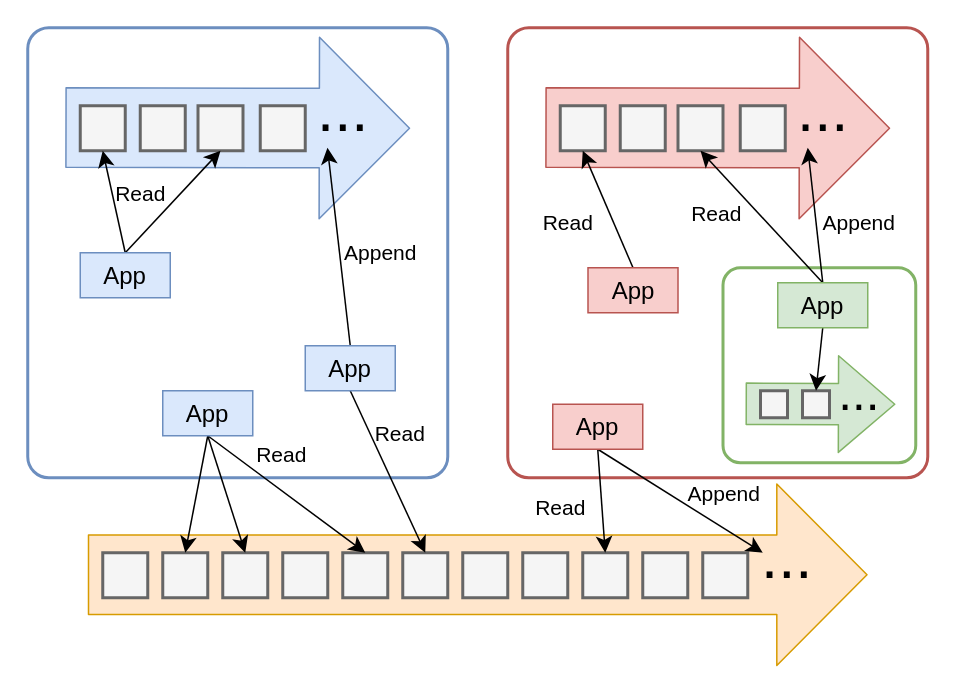
Above: docs/Abstraction.drawio in nathanieltornow/PMLog (draw.io), before the change. Source tidied: cells renumbered, new cells numbered last; positions are measured from the earlier drawing's top-left corner, leaving out a move shared by most shapes. Both pictures are drawn from the tidied source at 150%, with x=0, y=0 at pixel (27, 27).
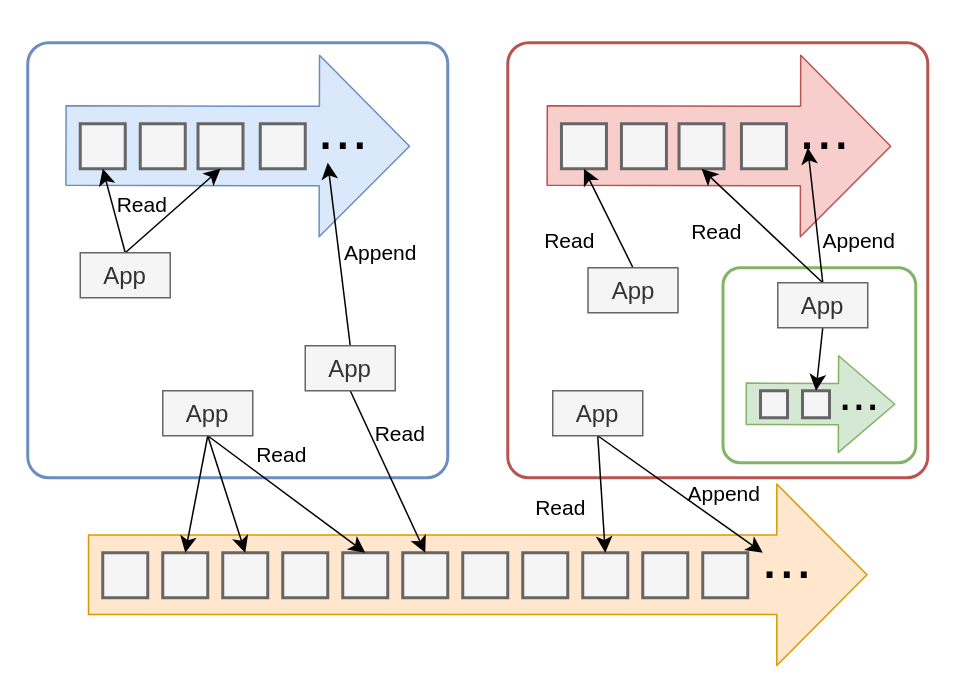
The same page after the edit.

What changed in the source:
```diff
@@
     <mxCell id="2" style="rounded=1;whiteSpace=wrap;html=1;hachureGap=4;strokeWidth=2;fillColor=none;strokeColor=#6c8ebf;arcSize=5;" parent="1" vertex="1">
-      <mxGeometry width="280" height="300" as="geometry" />
+      <mxGeometry y="10" width="280" height="290" as="geometry" />
     </mxCell>
     <mxCell id="3" style="shape=flexArrow;endArrow=classic;html=1;startSize=14;endSize=19.71;sourcePerimeterSpacing=8;targetPerimeterSpacing=8;endWidth=67;width=53;fillColor=#dae8fc;strokeColor=#6c8ebf;" parent="1" edge="1">
       <mxGeometry relative="1" as="geometry">
-        <mxPoint x="25" y="66.5" as="sourcePoint" />
-        <mxPoint x="255" y="67" as="targetPoint" />
+        <mxPoint x="25" y="78.5" as="sourcePoint" />
+        <mxPoint x="255" y="79" as="targetPoint" />
       </mxGeometry>
     </mxCell>
     <mxCell id="4" style="whiteSpace=wrap;html=1;hachureGap=4;strokeWidth=2;fillColor=#f5f5f5;strokeColor=#666666;fontColor=#333333;" parent="1" vertex="1">
-      <mxGeometry x="35" y="52" width="30" height="30" as="geometry" />
+      <mxGeometry x="35" y="64" width="30" height="30" as="geometry" />
     </mxCell>
     <mxCell id="5" style="whiteSpace=wrap;html=1;hachureGap=4;strokeWidth=2;fillColor=#f5f5f5;strokeColor=#666666;fontColor=#333333;" parent="1" vertex="1">
-      <mxGeometry x="75" y="52" width="30" height="30" as="geometry" />
+      <mxGeometry x="75" y="64" width="30" height="30" as="geometry" />
     </mxCell>
     <mxCell id="6" style="whiteSpace=wrap;html=1;hachureGap=4;strokeWidth=2;fillColor=#f5f5f5;strokeColor=#666666;fontColor=#333333;" parent="1" vertex="1">
-      <mxGeometry x="113.5" y="52" width="30" height="30" as="geometry" />
+      <mxGeometry x="113.5" y="64" width="30" height="30" as="geometry" />
     </mxCell>
     <mxCell id="7" style="whiteSpace=wrap;html=1;hachureGap=4;strokeWidth=2;fillColor=#f5f5f5;strokeColor=#666666;fontColor=#333333;" parent="1" vertex="1">
-      <mxGeometry x="155" y="52" width="30" height="30" as="geometry" />
+      <mxGeometry x="155" y="64" width="30" height="30" as="geometry" />
     </mxCell>
     <mxCell id="8" value="&lt;font style=&quot;font-size: 41px&quot;&gt;...&lt;/font&gt;" style="text;html=1;align=center;verticalAlign=middle;strokeColor=none;fillColor=none;" parent="1" vertex="1">
-      <mxGeometry x="185" y="40" width="50" height="30" as="geometry" />
+      <mxGeometry x="185" y="52" width="50" height="30" as="geometry" />
     </mxCell>
@@
-    <mxCell id="11" value="&lt;font style=&quot;font-size: 16px&quot;&gt;App&lt;/font&gt;" style="rounded=0;whiteSpace=wrap;html=1;hachureGap=4;strokeWidth=1;fillColor=#dae8fc;strokeColor=#6c8ebf;" parent="1" vertex="1">
+    <mxCell id="11" value="&lt;font style=&quot;font-size: 16px&quot;&gt;App&lt;/font&gt;" style="rounded=0;whiteSpace=wrap;html=1;hachureGap=4;strokeWidth=1;fillColor=#f5f5f5;strokeColor=#666666;fontColor=#333333;" parent="1" vertex="1">
       <mxGeometry x="35" y="150" width="60" height="30" as="geometry" />
     </mxCell>
     <mxCell id="12" style="shape=flexArrow;endArrow=classic;html=1;startSize=14;endSize=19.71;sourcePerimeterSpacing=8;targetPerimeterSpacing=8;endWidth=67;width=53;fillColor=#f8cecc;strokeColor=#b85450;" parent="1" edge="1">
       <mxGeometry relative="1" as="geometry">
-        <mxPoint x="345" y="66.5" as="sourcePoint" />
-        <mxPoint x="575" y="67" as="targetPoint" />
+        <mxPoint x="345.8" y="78.5" as="sourcePoint" />
+        <mxPoint x="575.8" y="79" as="targetPoint" />
       </mxGeometry>
     </mxCell>
     <mxCell id="13" style="whiteSpace=wrap;html=1;hachureGap=4;strokeWidth=2;fillColor=#f5f5f5;strokeColor=#666666;fontColor=#333333;" parent="1" vertex="1">
-      <mxGeometry x="355" y="52" width="30" height="30" as="geometry" />
+      <mxGeometry x="355.8" y="64" width="30" height="30" as="geometry" />
     </mxCell>
     <mxCell id="14" style="whiteSpace=wrap;html=1;hachureGap=4;strokeWidth=2;fillColor=#f5f5f5;strokeColor=#666666;fontColor=#333333;" parent="1" vertex="1">
-      <mxGeometry x="395" y="52" width="30" height="30" as="geometry" />
+      <mxGeometry x="395.8" y="64" width="30" height="30" as="geometry" />
     </mxCell>
     <mxCell id="15" style="whiteSpace=wrap;html=1;hachureGap=4;strokeWidth=2;fillColor=#f5f5f5;strokeColor=#666666;fontColor=#333333;" parent="1" vertex="1">
-      <mxGeometry x="433.5" y="52" width="30" height="30" as="geometry" />
+      <mxGeometry x="434.2" y="64" width="30" height="30" as="geometry" />
     </mxCell>
     <mxCell id="16" style="whiteSpace=wrap;html=1;hachureGap=4;strokeWidth=2;fillColor=#f5f5f5;strokeColor=#666666;fontColor=#333333;" parent="1" vertex="1">
-      <mxGeometry x="475" y="52" width="30" height="30" as="geometry" />
+      <mxGeometry x="475.8" y="64" width="30" height="30" as="geometry" />
     </mxCell>
     <mxCell id="17" value="&lt;font style=&quot;font-size: 41px&quot;&gt;...&lt;/font&gt;" style="text;html=1;align=center;verticalAlign=middle;strokeColor=none;fillColor=none;" parent="1" vertex="1">
-      <mxGeometry x="505" y="40" width="50" height="30" as="geometry" />
+      <mxGeometry x="505.8" y="52" width="50" height="30" as="geometry" />
     </mxCell>
     <mxCell id="18" style="rounded=1;whiteSpace=wrap;html=1;hachureGap=4;strokeWidth=2;fillColor=none;strokeColor=#b85450;arcSize=5;" parent="1" vertex="1">
-      <mxGeometry x="320" width="280" height="300" as="geometry" />
+      <mxGeometry x="320" y="10" width="280" height="290" as="geometry" />
     </mxCell>
@@
     <mxCell id="37" style="edgeStyle=none;curved=1;rounded=0;jettySize=auto;html=1;exitX=0.5;exitY=0;exitDx=0;exitDy=0;endArrow=classic;endFill=1;startSize=8;endSize=8;sourcePerimeterSpacing=8;targetPerimeterSpacing=8;" parent="1" edge="1" source="39">
       <mxGeometry relative="1" as="geometry">
-        <mxPoint x="199.8" y="80" as="targetPoint" />
+        <mxPoint x="200" y="90" as="targetPoint" />
       </mxGeometry>
     </mxCell>
@@
-    <mxCell id="39" value="&lt;font style=&quot;font-size: 16px&quot;&gt;App&lt;/font&gt;" style="rounded=0;whiteSpace=wrap;html=1;hachureGap=4;strokeWidth=1;fillColor=#dae8fc;strokeColor=#6c8ebf;" parent="1" vertex="1">
+    <mxCell id="39" value="&lt;font style=&quot;font-size: 16px&quot;&gt;App&lt;/font&gt;" style="rounded=0;whiteSpace=wrap;html=1;hachureGap=4;strokeWidth=1;fillColor=#f5f5f5;strokeColor=#666666;fontColor=#333333;" parent="1" vertex="1">
       <mxGeometry x="185" y="212" width="60" height="30" as="geometry" />
     </mxCell>
@@
-    <mxCell id="43" value="&lt;font style=&quot;font-size: 16px&quot;&gt;App&lt;/font&gt;" style="rounded=0;whiteSpace=wrap;html=1;hachureGap=4;strokeWidth=1;fillColor=#dae8fc;strokeColor=#6c8ebf;" parent="1" vertex="1">
+    <mxCell id="43" value="&lt;font style=&quot;font-size: 16px&quot;&gt;App&lt;/font&gt;" style="rounded=0;whiteSpace=wrap;html=1;hachureGap=4;strokeWidth=1;fillColor=#f5f5f5;strokeColor=#666666;fontColor=#333333;" parent="1" vertex="1">
       <mxGeometry x="90" y="242" width="60" height="30" as="geometry" />
     </mxCell>
     <mxCell id="44" value="&lt;font style=&quot;font-size: 14px&quot;&gt;Read&lt;/font&gt;" style="text;html=1;align=center;verticalAlign=middle;strokeColor=none;fillColor=none;" parent="1" vertex="1">
-      <mxGeometry x="50" y="101" width="50" height="20" as="geometry" />
+      <mxGeometry x="51" y="108" width="50" height="20" as="geometry" />
     </mxCell>
@@
-    <mxCell id="48" value="&lt;font style=&quot;font-size: 16px&quot;&gt;App&lt;/font&gt;" style="rounded=0;whiteSpace=wrap;html=1;hachureGap=4;strokeWidth=1;fillColor=#f8cecc;strokeColor=#b85450;" parent="1" vertex="1">
+    <mxCell id="48" value="&lt;font style=&quot;font-size: 16px&quot;&gt;App&lt;/font&gt;" style="rounded=0;whiteSpace=wrap;html=1;hachureGap=4;strokeWidth=1;fillColor=#f5f5f5;strokeColor=#666666;fontColor=#333333;" parent="1" vertex="1">
       <mxGeometry x="373.5" y="160" width="60" height="30" as="geometry" />
     </mxCell>
@@
-    <mxCell id="53" value="&lt;font style=&quot;font-size: 16px&quot;&gt;App&lt;/font&gt;" style="rounded=0;whiteSpace=wrap;html=1;hachureGap=4;strokeWidth=1;fillColor=#d5e8d4;strokeColor=#82b366;" parent="1" vertex="1">
+    <mxCell id="53" value="&lt;font style=&quot;font-size: 16px&quot;&gt;App&lt;/font&gt;" style="rounded=0;whiteSpace=wrap;html=1;hachureGap=4;strokeWidth=1;fillColor=#f5f5f5;strokeColor=#666666;fontColor=#333333;" parent="1" vertex="1">
       <mxGeometry x="500" y="170" width="60" height="30" as="geometry" />
     </mxCell>
     <mxCell id="54" value="&lt;font style=&quot;font-size: 14px&quot;&gt;Read&lt;/font&gt;" style="text;html=1;align=center;verticalAlign=middle;strokeColor=none;fillColor=none;" parent="1" vertex="1">
-      <mxGeometry x="335" y="120" width="50" height="20" as="geometry" />
+      <mxGeometry x="335.8" y="132" width="50" height="20" as="geometry" />
     </mxCell>
     <mxCell id="55" value="&lt;font style=&quot;font-size: 14px&quot;&gt;Read&lt;/font&gt;" style="text;html=1;align=center;verticalAlign=middle;strokeColor=none;fillColor=none;" parent="1" vertex="1">
-      <mxGeometry x="433.5" y="114" width="50" height="20" as="geometry" />
+      <mxGeometry x="434.2" y="126" width="50" height="20" as="geometry" />
     </mxCell>
     <mxCell id="56" value="&lt;font style=&quot;font-size: 14px&quot;&gt;Append&lt;/font&gt;" style="text;html=1;align=center;verticalAlign=middle;strokeColor=none;fillColor=none;" parent="1" vertex="1">
-      <mxGeometry x="523.5" y="120" width="60" height="20" as="geometry" />
+      <mxGeometry x="524.2" y="132" width="60" height="20" as="geometry" />
     </mxCell>
@@
-    <mxCell id="59" value="&lt;font style=&quot;font-size: 16px&quot;&gt;App&lt;/font&gt;" style="rounded=0;whiteSpace=wrap;html=1;hachureGap=4;strokeWidth=1;fillColor=#f8cecc;strokeColor=#b85450;" parent="1" vertex="1">
-      <mxGeometry x="350" y="251" width="60" height="30" as="geometry" />
+    <mxCell id="59" value="&lt;font style=&quot;font-size: 16px&quot;&gt;App&lt;/font&gt;" style="rounded=0;whiteSpace=wrap;html=1;hachureGap=4;strokeWidth=1;fillColor=#f5f5f5;strokeColor=#666666;fontColor=#333333;" parent="1" vertex="1">
+      <mxGeometry x="350" y="242" width="60" height="30" as="geometry" />
     </mxCell>
```
